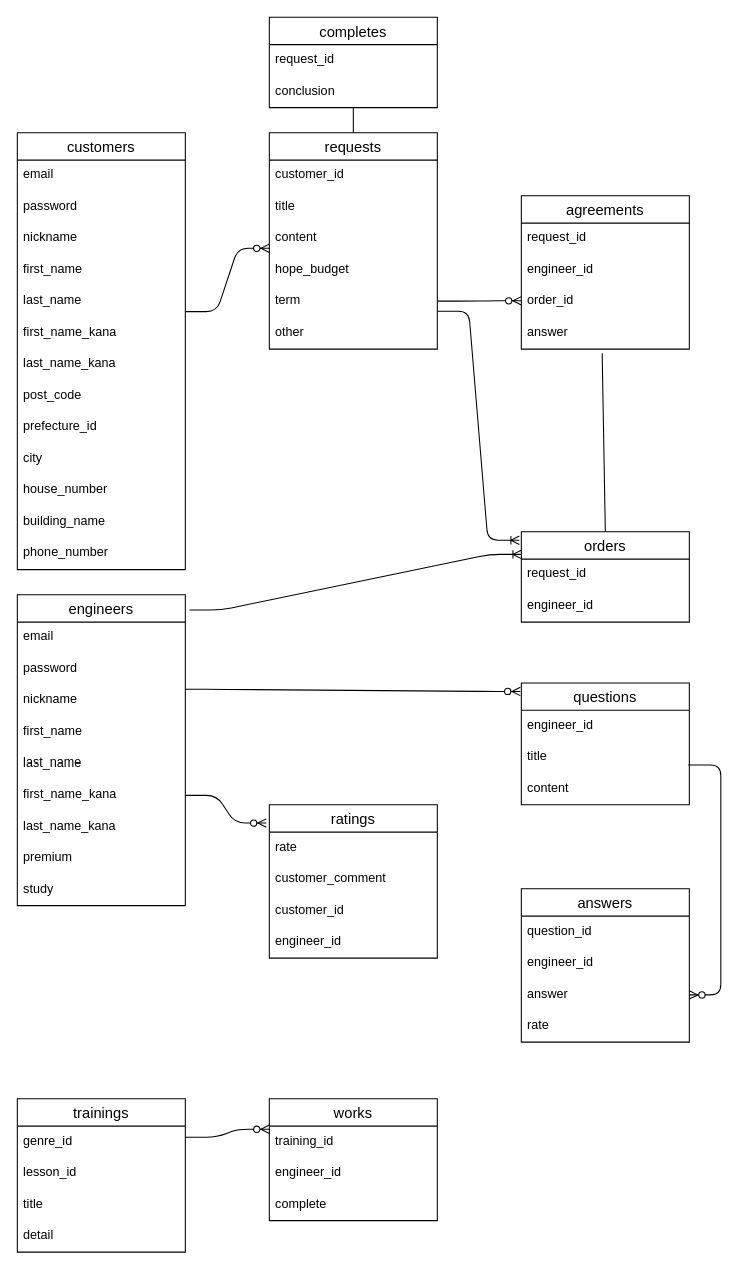
This is er.dio from ikun2019/exece_bridge, a draw.io file, before an edit. Source tidied: cells renumbered, new cells numbered last; positions are measured from the earlier drawing's top-left corner, leaving out a move shared by most shapes. Both pictures are drawn from the tidied source at 105%, with x=0, y=0 at pixel (17, 17).
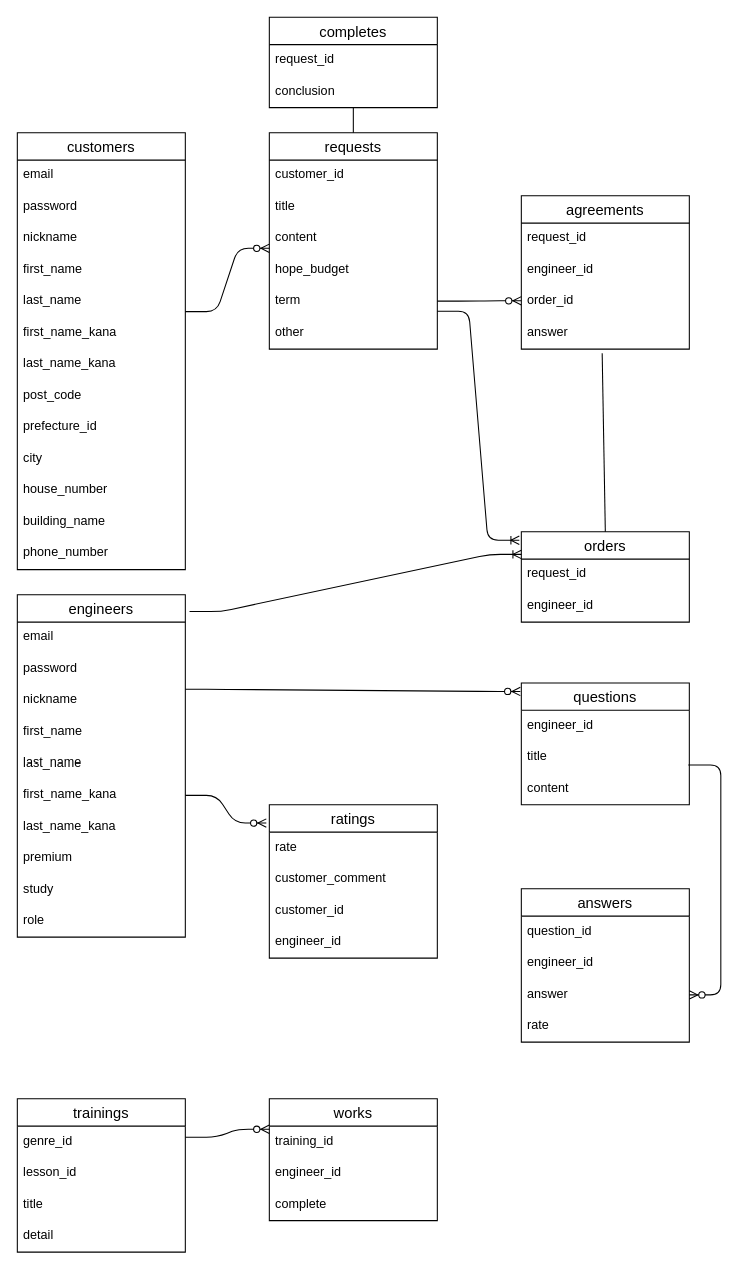
The same page after the edit.

What changed in the source:
```diff
@@
     <mxCell id="16" value="engineers" style="swimlane;fontStyle=0;horizontal=1;startSize=26;align=center;fontSize=14;" parent="1" vertex="1">
-      <mxGeometry y="550" width="160" height="296" as="geometry" />
+      <mxGeometry y="550" width="160" height="326" as="geometry" />
     </mxCell>
@@
+    <mxCell id="77" value="role" style="text;strokeColor=none;fillColor=none;spacingLeft=4;spacingRight=4;overflow=hidden;fontSize=12;" parent="16" vertex="1">
+      <mxGeometry y="296" width="160" height="30" as="geometry" />
+    </mxCell>
```
